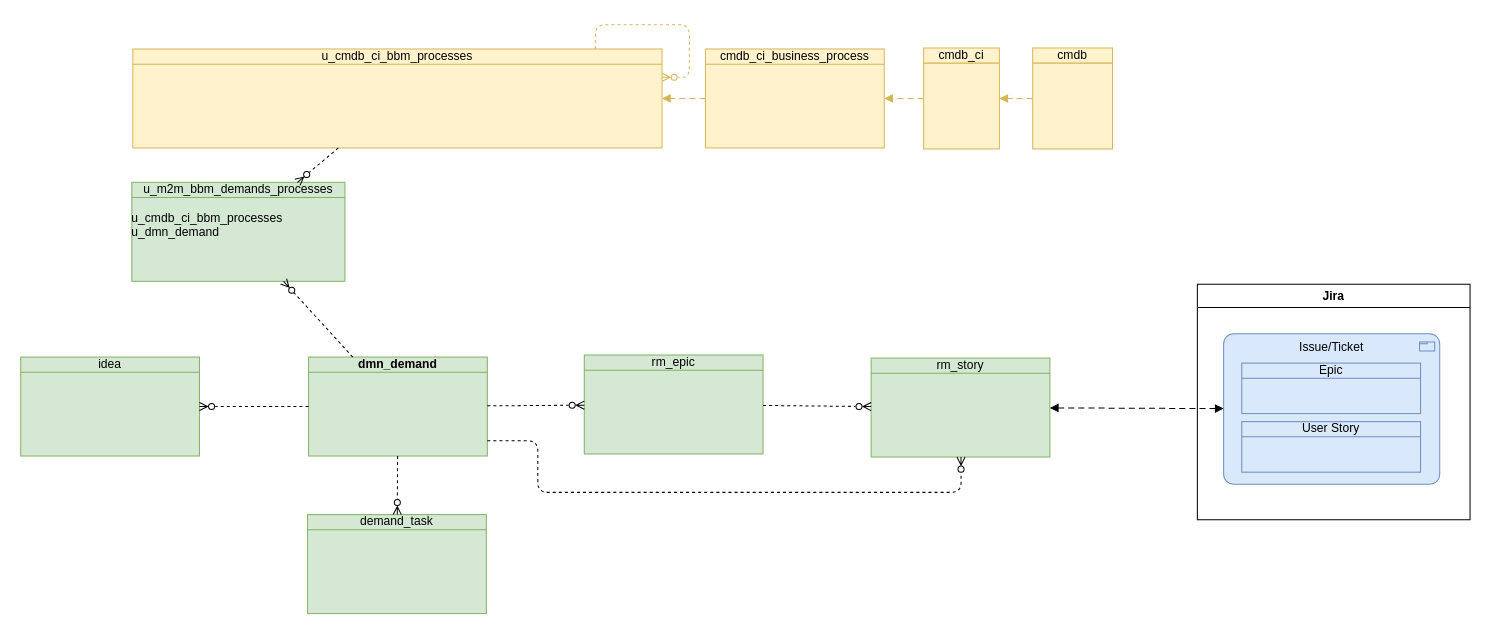
Above: page "m2mProcess" (9 of 15) of Bosch.drawio in algimas/tmp (draw.io), before the change. Source tidied: cells renumbered, new cells numbered last; positions are measured from the earlier drawing's top-left corner, leaving out a move shared by most shapes. Both pictures are drawn from the tidied source at 101%, with x=0, y=0 at pixel (20, 24).
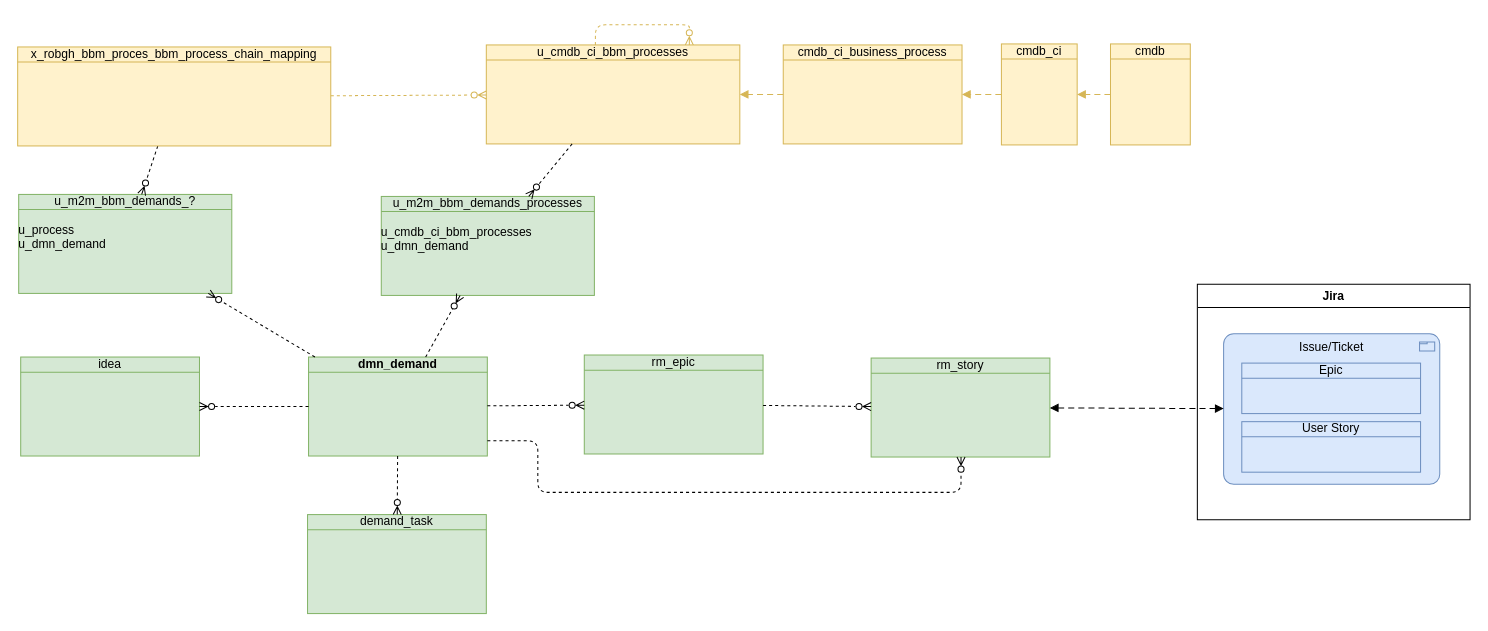
The same page after the edit.

Unchanged cells that the change refers to:
```xml
<mxCell id="10" value="&lt;b&gt;dmn_demand&lt;/b&gt;" style="html=1;outlineConnect=0;whiteSpace=wrap;fillColor=#d5e8d4;shape=mxgraph.archimate3.businessObject;overflow=fill;strokeColor=#82b366;" parent="1" vertex="1">
  <mxGeometry x="285" y="329" width="177" height="98" as="geometry" />
</mxCell>
```

What changed in the source:
```diff
@@
     <mxCell id="2" value="cmdb_ci_business_process" style="html=1;outlineConnect=0;whiteSpace=wrap;fillColor=#fff2cc;shape=mxgraph.archimate3.businessObject;overflow=fill;strokeColor=#d6b656;" parent="1" vertex="1">
-      <mxGeometry x="678" y="24" width="177" height="98" as="geometry" />
+      <mxGeometry x="755" y="20" width="177" height="98" as="geometry" />
     </mxCell>
     <mxCell id="3" value="cmdb_ci" style="html=1;outlineConnect=0;whiteSpace=wrap;fillColor=#fff2cc;shape=mxgraph.archimate3.businessObject;overflow=fill;strokeColor=#d6b656;" parent="1" vertex="1">
-      <mxGeometry x="894" y="23" width="75" height="100" as="geometry" />
+      <mxGeometry x="971" y="19" width="75" height="100" as="geometry" />
     </mxCell>
     <mxCell id="4" value="cmdb" style="html=1;outlineConnect=0;whiteSpace=wrap;fillColor=#fff2cc;shape=mxgraph.archimate3.businessObject;overflow=fill;strokeColor=#d6b656;" parent="1" vertex="1">
-      <mxGeometry x="1002" y="23" width="79" height="100" as="geometry" />
+      <mxGeometry x="1079" y="19" width="79" height="100" as="geometry" />
     </mxCell>
@@
     <mxCell id="8" value="u_cmdb_ci_bbm_processes" style="html=1;outlineConnect=0;whiteSpace=wrap;fillColor=#fff2cc;shape=mxgraph.archimate3.businessObject;overflow=fill;strokeColor=#d6b656;" parent="1" vertex="1">
-      <mxGeometry x="111" y="24" width="524" height="98" as="geometry" />
+      <mxGeometry x="461" y="20" width="251" height="98" as="geometry" />
     </mxCell>
-    <mxCell id="9" style="html=1;endArrow=block;dashed=1;elbow=vertical;endFill=1;dashPattern=6 4;rounded=0;fontSize=12;fillColor=#fff2cc;strokeColor=#d6b656;" parent="1" edge="1" source="2" target="8">
-      <mxGeometry relative="1" as="geometry" />
+    <mxCell id="9" style="html=1;endArrow=block;dashed=1;elbow=vertical;endFill=1;dashPattern=6 4;rounded=0;fontSize=12;fillColor=#fff2cc;strokeColor=#d6b656;" parent="1" edge="1" target="8">
+      <mxGeometry relative="1" as="geometry">
+        <mxPoint x="755" y="69" as="sourcePoint" />
+      </mxGeometry>
     </mxCell>
@@
     <mxCell id="12" value="u_m2m_bbm_demands_processes&lt;div&gt;&lt;br&gt;&lt;/div&gt;&lt;div style=&quot;text-align: left;&quot;&gt;u_cmdb_ci_bbm_processes&lt;br&gt;&lt;/div&gt;&lt;div style=&quot;text-align: left;&quot;&gt;u_dmn_demand&lt;br&gt;&lt;/div&gt;" style="html=1;outlineConnect=0;whiteSpace=wrap;fillColor=#d5e8d4;shape=mxgraph.archimate3.businessObject;overflow=fill;strokeColor=#82b366;" parent="1" vertex="1">
-      <mxGeometry x="110" y="156" width="211" height="98" as="geometry" />
+      <mxGeometry x="357" y="170" width="211" height="98" as="geometry" />
     </mxCell>
@@
+    <mxCell id="28" value="u_m2m_bbm_demands_?&lt;div&gt;&lt;br&gt;&lt;/div&gt;&lt;div style=&quot;text-align: left;&quot;&gt;u_process&lt;/div&gt;&lt;div style=&quot;text-align: left;&quot;&gt;u_dmn_demand&lt;br&gt;&lt;/div&gt;" style="html=1;outlineConnect=0;whiteSpace=wrap;fillColor=#d5e8d4;shape=mxgraph.archimate3.businessObject;overflow=fill;strokeColor=#82b366;" parent="1" vertex="1">
+      <mxGeometry x="-2" y="168" width="211" height="98" as="geometry" />
+    </mxCell>
+    <mxCell id="29" style="html=1;dashed=1;labelBackgroundColor=none;startArrow=none;endArrow=ERzeroToMany;fontFamily=Verdana;fontSize=12;align=left;startFill=0;endFill=0;" parent="1" edge="1" source="10" target="28">
+      <mxGeometry relative="1" as="geometry" />
+    </mxCell>
+    <mxCell id="30" style="html=1;dashed=1;labelBackgroundColor=none;startArrow=none;endArrow=ERzeroToMany;fontFamily=Verdana;fontSize=12;align=left;startFill=0;endFill=0;" parent="1" edge="1" source="31" target="28">
+      <mxGeometry relative="1" as="geometry" />
+    </mxCell>
+    <mxCell id="31" value="x_robgh_bbm_proces_bbm_process_chain_mapping" style="html=1;outlineConnect=0;whiteSpace=wrap;fillColor=#fff2cc;shape=mxgraph.archimate3.businessObject;overflow=fill;strokeColor=#d6b656;" parent="1" vertex="1">
+      <mxGeometry x="-3" y="22" width="310" height="98" as="geometry" />
+    </mxCell>
+    <mxCell id="32" style="html=1;dashed=1;labelBackgroundColor=none;startArrow=none;endArrow=ERzeroToMany;fontFamily=Verdana;fontSize=12;align=left;startFill=0;endFill=0;fillColor=#fff2cc;strokeColor=#d6b656;" parent="1" edge="1" source="31" target="8">
+      <mxGeometry relative="1" as="geometry" />
+    </mxCell>
```
